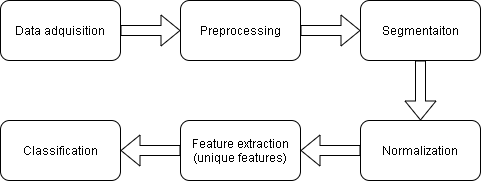
Above: img/01_general_workflow.png in Ponsoda/tfm-iris-recognition (draw.io), before the change. Source tidied: cells renumbered, new cells last; positions are measured from the earlier drawing's top-left corner, leaving out a move shared by most shapes. The source it was exported from:
```xml
<mxGraphModel math="1">
  <root>
    <mxCell id="0" />
    <mxCell id="1" parent="0" />
    <mxCell id="2" style="edgeStyle=orthogonalEdgeStyle;rounded=0;jettySize=auto;html=1;shape=flexArrow;" parent="1" edge="1" source="3" target="5">
      <mxGeometry relative="1" as="geometry" />
    </mxCell>
    <mxCell id="3" value="Data adquisition" style="rounded=1;whiteSpace=wrap;html=1;" parent="1" vertex="1">
      <mxGeometry width="120" height="60" as="geometry" />
    </mxCell>
    <mxCell id="4" style="edgeStyle=orthogonalEdgeStyle;rounded=0;jettySize=auto;html=1;shape=flexArrow;" parent="1" edge="1" source="5" target="12">
      <mxGeometry relative="1" as="geometry" />
    </mxCell>
    <mxCell id="5" value="Preprocessing" style="whiteSpace=wrap;html=1;rounded=1;" parent="1" vertex="1">
      <mxGeometry x="180" width="120" height="60" as="geometry" />
    </mxCell>
    <mxCell id="6" style="edgeStyle=orthogonalEdgeStyle;rounded=0;jettySize=auto;html=1;shape=flexArrow;" parent="1" edge="1" source="7" target="9">
      <mxGeometry relative="1" as="geometry" />
    </mxCell>
    <mxCell id="7" value="Normalization" style="whiteSpace=wrap;html=1;rounded=1;" parent="1" vertex="1">
      <mxGeometry x="360" y="120" width="120" height="60" as="geometry" />
    </mxCell>
    <mxCell id="8" style="edgeStyle=orthogonalEdgeStyle;rounded=0;jettySize=auto;html=1;shape=flexArrow;" parent="1" edge="1" source="9" target="10">
      <mxGeometry relative="1" as="geometry" />
    </mxCell>
    <mxCell id="9" value="Feature extraction (unique features)" style="whiteSpace=wrap;html=1;rounded=1;" parent="1" vertex="1">
      <mxGeometry x="180" y="120" width="120" height="60" as="geometry" />
    </mxCell>
    <mxCell id="10" value="Classification" style="whiteSpace=wrap;html=1;rounded=1;" parent="1" vertex="1">
      <mxGeometry y="120" width="120" height="60" as="geometry" />
    </mxCell>
    <mxCell id="11" style="edgeStyle=orthogonalEdgeStyle;rounded=0;jettySize=auto;html=1;entryX=0.5;entryY=0;entryDx=0;entryDy=0;shape=flexArrow;" parent="1" edge="1" source="12" target="7">
      <mxGeometry relative="1" as="geometry" />
    </mxCell>
    <mxCell id="12" value="Segmentaiton" style="whiteSpace=wrap;html=1;rounded=1;" parent="1" vertex="1">
      <mxGeometry x="360" width="120" height="60" as="geometry" />
    </mxCell>
  </root>
</mxGraphModel>
```
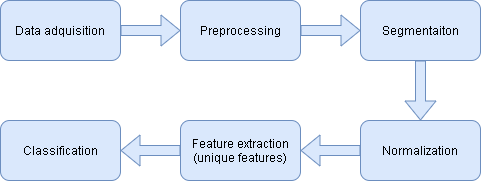
Above is the later version.

Change to the diagram source:
```diff
@@ -2,37 +2,37 @@
   <root>
     <mxCell id="0" />
     <mxCell id="1" parent="0" />
-    <mxCell id="2" style="edgeStyle=orthogonalEdgeStyle;rounded=0;jettySize=auto;html=1;shape=flexArrow;" parent="1" edge="1" source="3" target="5">
+    <mxCell id="2" style="edgeStyle=orthogonalEdgeStyle;rounded=0;jettySize=auto;html=1;shape=flexArrow;fillColor=#dae8fc;strokeColor=#6c8ebf;" parent="1" edge="1" source="3" target="5">
       <mxGeometry relative="1" as="geometry" />
     </mxCell>
-    <mxCell id="3" value="Data adquisition" style="rounded=1;whiteSpace=wrap;html=1;" parent="1" vertex="1">
+    <mxCell id="3" value="Data adquisition" style="rounded=1;whiteSpace=wrap;html=1;fillColor=#dae8fc;strokeColor=#6c8ebf;" parent="1" vertex="1">
       <mxGeometry width="120" height="60" as="geometry" />
     </mxCell>
-    <mxCell id="4" style="edgeStyle=orthogonalEdgeStyle;rounded=0;jettySize=auto;html=1;shape=flexArrow;" parent="1" edge="1" source="5" target="12">
+    <mxCell id="4" style="edgeStyle=orthogonalEdgeStyle;rounded=0;jettySize=auto;html=1;shape=flexArrow;fillColor=#dae8fc;strokeColor=#6c8ebf;" parent="1" edge="1" source="5" target="12">
       <mxGeometry relative="1" as="geometry" />
     </mxCell>
-    <mxCell id="5" value="Preprocessing" style="whiteSpace=wrap;html=1;rounded=1;" parent="1" vertex="1">
+    <mxCell id="5" value="Preprocessing" style="whiteSpace=wrap;html=1;rounded=1;fillColor=#dae8fc;strokeColor=#6c8ebf;" parent="1" vertex="1">
       <mxGeometry x="180" width="120" height="60" as="geometry" />
     </mxCell>
-    <mxCell id="6" style="edgeStyle=orthogonalEdgeStyle;rounded=0;jettySize=auto;html=1;shape=flexArrow;" parent="1" edge="1" source="7" target="9">
+    <mxCell id="6" style="edgeStyle=orthogonalEdgeStyle;rounded=0;jettySize=auto;html=1;shape=flexArrow;fillColor=#dae8fc;strokeColor=#6c8ebf;" parent="1" edge="1" source="7" target="9">
       <mxGeometry relative="1" as="geometry" />
     </mxCell>
-    <mxCell id="7" value="Normalization" style="whiteSpace=wrap;html=1;rounded=1;" parent="1" vertex="1">
+    <mxCell id="7" value="Normalization" style="whiteSpace=wrap;html=1;rounded=1;fillColor=#dae8fc;strokeColor=#6c8ebf;" parent="1" vertex="1">
       <mxGeometry x="360" y="120" width="120" height="60" as="geometry" />
     </mxCell>
-    <mxCell id="8" style="edgeStyle=orthogonalEdgeStyle;rounded=0;jettySize=auto;html=1;shape=flexArrow;" parent="1" edge="1" source="9" target="10">
+    <mxCell id="8" style="edgeStyle=orthogonalEdgeStyle;rounded=0;jettySize=auto;html=1;shape=flexArrow;fillColor=#dae8fc;strokeColor=#6c8ebf;" parent="1" edge="1" source="9" target="10">
       <mxGeometry relative="1" as="geometry" />
     </mxCell>
-    <mxCell id="9" value="Feature extraction (unique features)" style="whiteSpace=wrap;html=1;rounded=1;" parent="1" vertex="1">
+    <mxCell id="9" value="Feature extraction (unique features)" style="whiteSpace=wrap;html=1;rounded=1;fillColor=#dae8fc;strokeColor=#6c8ebf;" parent="1" vertex="1">
       <mxGeometry x="180" y="120" width="120" height="60" as="geometry" />
     </mxCell>
-    <mxCell id="10" value="Classification" style="whiteSpace=wrap;html=1;rounded=1;" parent="1" vertex="1">
+    <mxCell id="10" value="Classification" style="whiteSpace=wrap;html=1;rounded=1;fillColor=#dae8fc;strokeColor=#6c8ebf;" parent="1" vertex="1">
       <mxGeometry y="120" width="120" height="60" as="geometry" />
     </mxCell>
-    <mxCell id="11" style="edgeStyle=orthogonalEdgeStyle;rounded=0;jettySize=auto;html=1;entryX=0.5;entryY=0;entryDx=0;entryDy=0;shape=flexArrow;" parent="1" edge="1" source="12" target="7">
+    <mxCell id="11" style="edgeStyle=orthogonalEdgeStyle;rounded=0;jettySize=auto;html=1;entryX=0.5;entryY=0;entryDx=0;entryDy=0;shape=flexArrow;fillColor=#dae8fc;strokeColor=#6c8ebf;" parent="1" edge="1" source="12" target="7">
       <mxGeometry relative="1" as="geometry" />
     </mxCell>
-    <mxCell id="12" value="Segmentaiton" style="whiteSpace=wrap;html=1;rounded=1;" parent="1" vertex="1">
+    <mxCell id="12" value="Segmentaiton" style="whiteSpace=wrap;html=1;rounded=1;fillColor=#dae8fc;strokeColor=#6c8ebf;" parent="1" vertex="1">
       <mxGeometry x="360" width="120" height="60" as="geometry" />
     </mxCell>
   </root>
```
